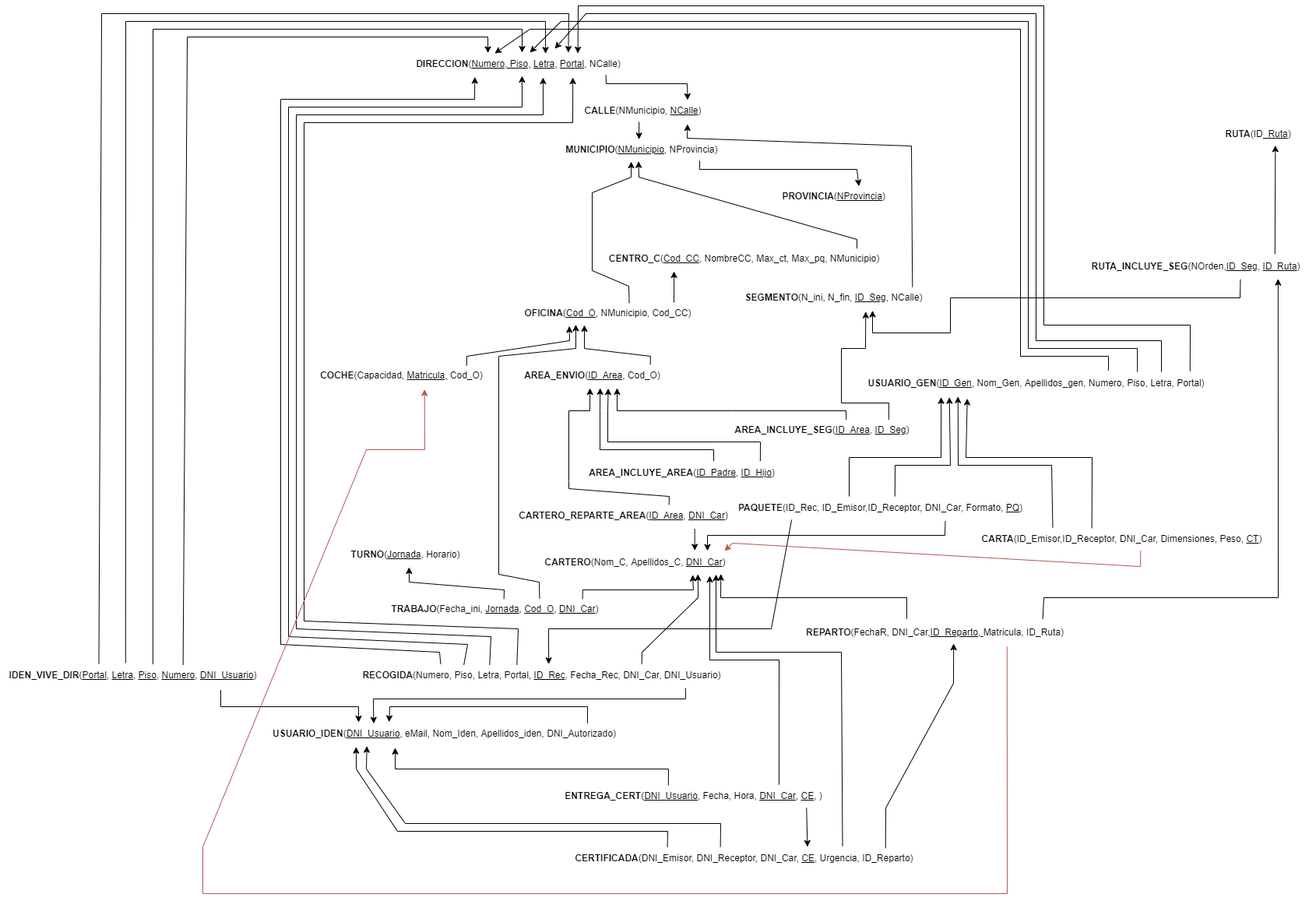
ErYavi/BBDD22 keeps this draw.io diagram as Hito1/Modelo relacional.drawio.png. Above is the earlier version. Source tidied: cells renumbered, new cells last; positions are measured from the earlier drawing's top-left corner, leaving out a move shared by most shapes.
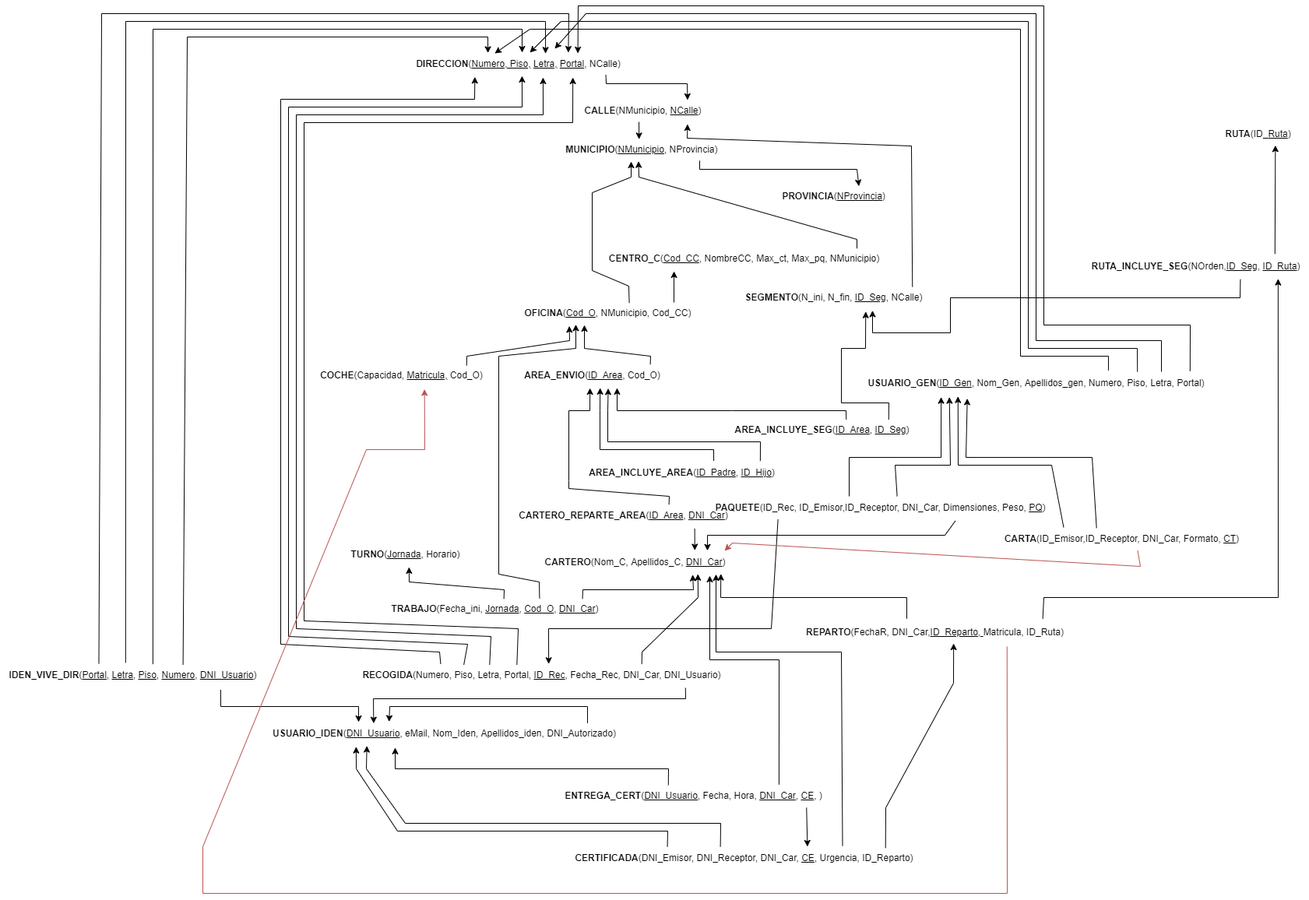
Above is the later version.

What changed in the source:
```diff
@@ -435,11 +435,11 @@
         </Array>
       </mxGeometry>
     </mxCell>
-    <mxCell id="69" value="&lt;b&gt;PAQUETE&lt;/b&gt;(ID_Rec, ID_Emisor,ID_Receptor, DNI_Car, Formato, &lt;u&gt;PQ&lt;/u&gt;)" style="text;html=1;align=center;verticalAlign=middle;points=[];strokeColor=none;fillColor=none;" parent="1" vertex="1">
-      <mxGeometry x="935" y="630" width="390" height="30" as="geometry" />
+    <mxCell id="69" value="&lt;b&gt;PAQUETE&lt;/b&gt;(ID_Rec, ID_Emisor,ID_Receptor, DNI_Car, Dimensiones, Peso, &lt;u&gt;PQ&lt;/u&gt;)" style="text;html=1;align=center;verticalAlign=middle;points=[];strokeColor=none;fillColor=none;" parent="1" vertex="1">
+      <mxGeometry x="905" y="630" width="450" height="30" as="geometry" />
     </mxCell>
-    <mxCell id="70" value="&lt;b&gt;CARTA&lt;/b&gt;(ID_Emisor,ID_Receptor, DNI_Car, Dimensiones,&amp;nbsp;Peso,&amp;nbsp;&lt;u&gt;CT&lt;/u&gt;)" style="text;html=1;align=center;verticalAlign=middle;points=[];strokeColor=none;fillColor=none;" parent="1" vertex="1">
-      <mxGeometry x="1250" y="670" width="380" height="30" as="geometry" />
+    <mxCell id="70" value="&lt;b&gt;CARTA&lt;/b&gt;(ID_Emisor,ID_Receptor, DNI_Car, Formato,&amp;nbsp;&lt;u&gt;CT&lt;/u&gt;)" style="text;html=1;align=center;verticalAlign=middle;points=[];strokeColor=none;fillColor=none;" parent="1" vertex="1">
+      <mxGeometry x="1280" y="670" width="320" height="30" as="geometry" />
     </mxCell>
     <mxCell id="71" style="endArrow=classic;html=1;rounded=0;exitX=0.548;exitY=-0.006;exitDx=0;exitDy=0;exitPerimeter=0;entryX=0.258;entryY=1.085;entryDx=0;entryDy=0;entryPerimeter=0;" parent="1" edge="1" source="69" target="58">
       <mxGeometry relative="1" as="geometry">
```
